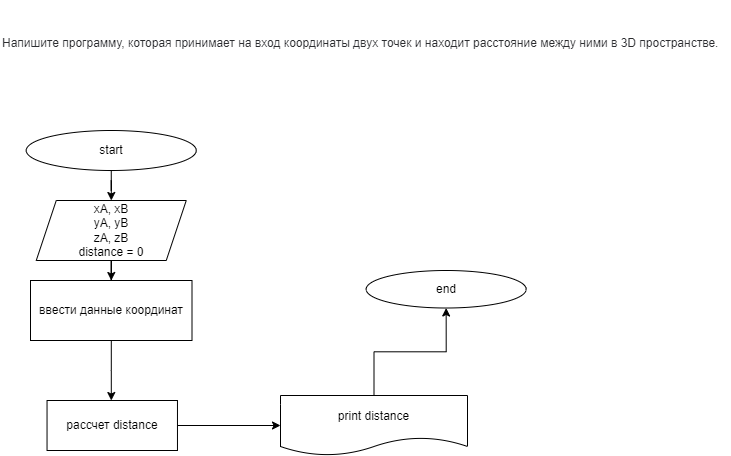
This is dz3_zadacha23/digram.drawio.png from sntitar/DZ_C-, a draw.io export, as it was before one commit. Source tidied: cells renumbered, new cells last; positions are measured from the earlier drawing's top-left corner, leaving out a move shared by most shapes.
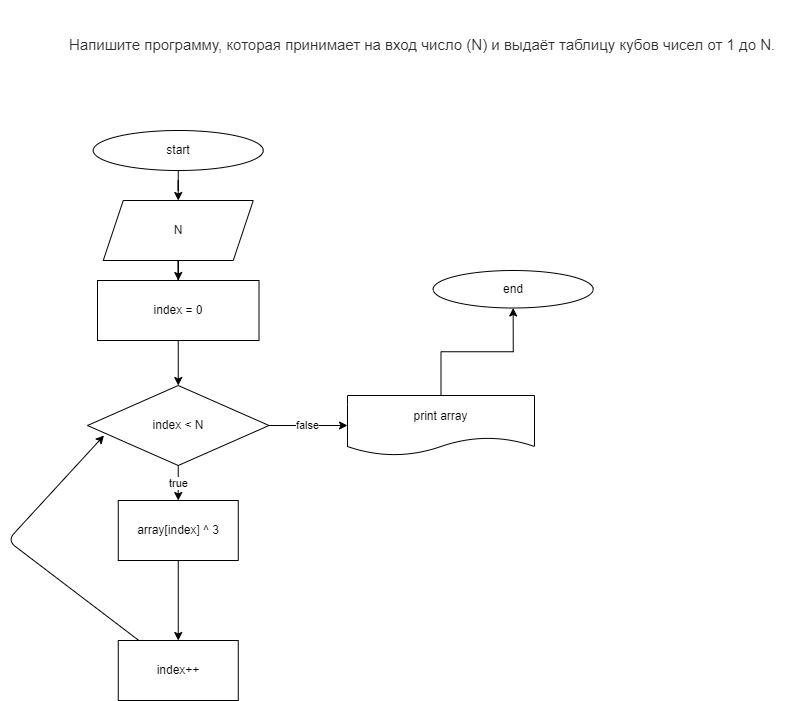
The same diagram one commit later.

Change to the diagram source:
```diff
@@ -13,34 +13,51 @@
         <mxPoint x="110.8" y="280" as="targetPoint" />
       </mxGeometry>
     </mxCell>
-    <mxCell id="5" value="xA, xB&lt;br&gt;yA, yB&lt;br&gt;zA, zB&lt;br&gt;distance = 0" style="shape=parallelogram;perimeter=parallelogramPerimeter;whiteSpace=wrap;html=1;fixedSize=1;" parent="1" vertex="1">
+    <mxCell id="5" value="N" style="shape=parallelogram;perimeter=parallelogramPerimeter;whiteSpace=wrap;html=1;fixedSize=1;" parent="1" vertex="1">
       <mxGeometry x="35.8" y="200" width="150" height="60" as="geometry" />
     </mxCell>
-    <mxCell id="6" style="edgeStyle=orthogonalEdgeStyle;rounded=0;jettySize=auto;html=1;" parent="1" edge="1" source="7">
-      <mxGeometry relative="1" as="geometry">
-        <mxPoint x="110.8" y="400" as="targetPoint" />
-      </mxGeometry>
-    </mxCell>
+    <mxCell id="14" style="edgeStyle=none;html=1;" parent="1" edge="1" source="7" target="17">
+      <mxGeometry relative="1" as="geometry" />
+    </mxCell>
-    <mxCell id="7" value="&lt;span&gt;ввести данные координат&lt;/span&gt;" style="whiteSpace=wrap;html=1;" parent="1" vertex="1">
+    <mxCell id="7" value="&lt;span&gt;index = 0&lt;br&gt;&lt;/span&gt;" style="whiteSpace=wrap;html=1;" parent="1" vertex="1">
       <mxGeometry x="30" y="280" width="161.5" height="60" as="geometry" />
     </mxCell>
-    <mxCell id="8" style="edgeStyle=none;html=1;" parent="1" edge="1" source="9" target="11">
-      <mxGeometry relative="1" as="geometry" />
-    </mxCell>
-    <mxCell id="9" value="рассчет distance" style="whiteSpace=wrap;html=1;" parent="1" vertex="1">
-      <mxGeometry x="46.5" y="400" width="130.4" height="50" as="geometry" />
-    </mxCell>
     <mxCell id="10" style="edgeStyle=orthogonalEdgeStyle;rounded=0;jettySize=auto;html=1;" parent="1" edge="1" source="11" target="12">
       <mxGeometry relative="1" as="geometry" />
     </mxCell>
-    <mxCell id="11" value="print distance" style="shape=document;whiteSpace=wrap;html=1;boundedLbl=1;" parent="1" vertex="1">
+    <mxCell id="11" value="print array" style="shape=document;whiteSpace=wrap;html=1;boundedLbl=1;" parent="1" vertex="1">
       <mxGeometry x="280" y="395" width="187" height="60" as="geometry" />
     </mxCell>
     <mxCell id="12" value="end" style="ellipse;whiteSpace=wrap;html=1;" parent="1" vertex="1">
       <mxGeometry x="365.7" y="270" width="160" height="37.5" as="geometry" />
     </mxCell>
-    <mxCell id="13" value="&lt;br&gt;&lt;br&gt;&lt;font style=&quot;font-size: 12px&quot;&gt;&lt;span style=&quot;color: rgb(44 , 45 , 48) ; font-family: &amp;#34;roboto&amp;#34; , &amp;#34;san francisco&amp;#34; , &amp;#34;helvetica neue&amp;#34; , &amp;#34;helvetica&amp;#34; , &amp;#34;arial&amp;#34; ; font-style: normal ; font-weight: 400 ; letter-spacing: normal ; text-indent: 0px ; text-transform: none ; word-spacing: 0px ; background-color: rgb(255 , 255 , 255) ; display: inline ; float: none&quot;&gt;Напишите программу, которая принимает на вход координаты двух точек и находит расстояние между ними в 3D пространстве.&lt;/span&gt;&lt;br&gt;&lt;/font&gt;" style="text;whiteSpace=wrap;html=1;" parent="1" vertex="1">
+    <mxCell id="13" value="&#10;&#10;&lt;p style=&quot;box-sizing: border-box; margin: 0px; font-weight: 400; color: rgb(44, 45, 48); font-family: roboto, &amp;quot;san francisco&amp;quot;, &amp;quot;helvetica neue&amp;quot;, helvetica, arial; font-size: 15px; font-style: normal; letter-spacing: normal; text-indent: 0px; text-transform: none; word-spacing: 0px; background-color: rgb(255, 255, 255);&quot;&gt;Напишите программу, которая принимает на вход число (N) и выдаёт таблицу кубов чисел от 1 до N.&lt;/p&gt;&lt;br class=&quot;Apple-interchange-newline&quot;&gt;&#10;&#10;" style="text;whiteSpace=wrap;html=1;" parent="1" vertex="1">
       <mxGeometry width="730" height="50" as="geometry" />
     </mxCell>
+    <mxCell id="15" value="false" style="edgeStyle=none;html=1;entryX=0;entryY=0.5;entryDx=0;entryDy=0;" parent="1" edge="1" source="17" target="11">
+      <mxGeometry relative="1" as="geometry" />
+    </mxCell>
+    <mxCell id="16" value="true" style="edgeStyle=none;html=1;" parent="1" edge="1" source="17" target="19">
+      <mxGeometry relative="1" as="geometry" />
+    </mxCell>
+    <mxCell id="17" value="index &amp;lt; N" style="rhombus;whiteSpace=wrap;html=1;" parent="1" vertex="1">
+      <mxGeometry x="20" y="385" width="181.5" height="80" as="geometry" />
+    </mxCell>
+    <mxCell id="18" style="edgeStyle=none;html=1;" parent="1" edge="1" source="19" target="21">
+      <mxGeometry relative="1" as="geometry" />
+    </mxCell>
+    <mxCell id="19" value="array[index] ^ 3" style="whiteSpace=wrap;html=1;" parent="1" vertex="1">
+      <mxGeometry x="50.8" y="500" width="120" height="60" as="geometry" />
+    </mxCell>
+    <mxCell id="20" style="edgeStyle=none;html=1;entryX=0.091;entryY=0.625;entryDx=0;entryDy=0;entryPerimeter=0;" parent="1" edge="1" source="21" target="17">
+      <mxGeometry relative="1" as="geometry">
+        <Array as="points">
+          <mxPoint x="-60" y="540" />
+        </Array>
+      </mxGeometry>
+    </mxCell>
+    <mxCell id="21" value="index++" style="whiteSpace=wrap;html=1;" parent="1" vertex="1">
+      <mxGeometry x="50.8" y="640" width="120" height="60" as="geometry" />
+    </mxCell>
   </root>
 </mxGraphModel>
```
